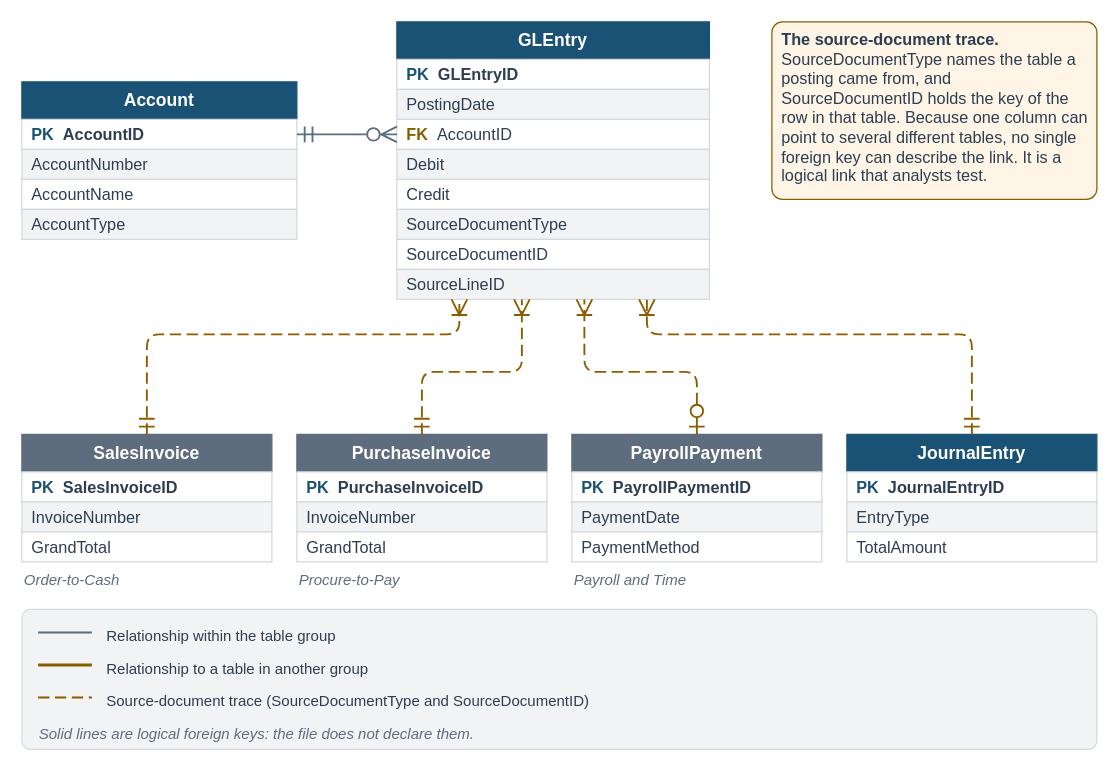
Earlier version of the draw.io diagram visuals/src/fig-03-06-gl-subledger-relationship.drawio (mmcodesso/Accounting_Analytics_Book). Source tidied: cells renumbered, new cells numbered last; positions are measured from the earlier drawing's top-left corner, leaving out a move shared by most shapes. Both pictures are drawn from the tidied source at 125%, with x=0, y=0 at pixel (21, 21).
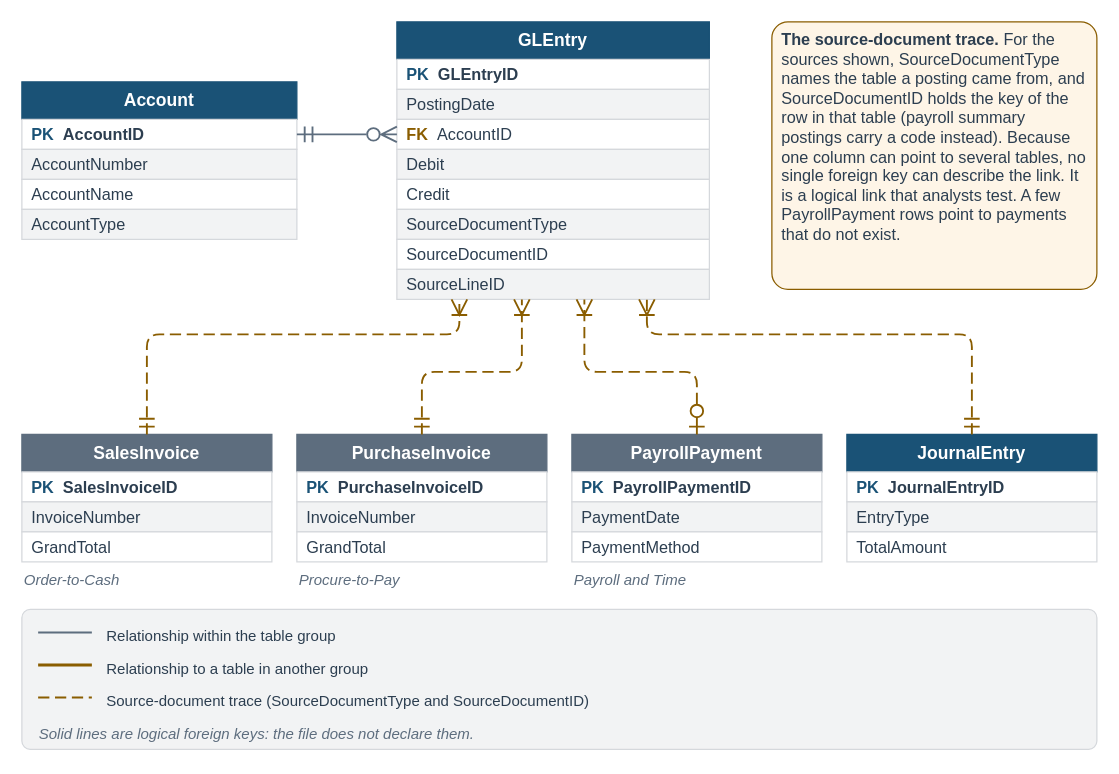
Above is the later version.

The edit, as a diff of the source:
```diff
@@
-    <mxCell id="20" value="&lt;b&gt;The source-document trace.&lt;/b&gt; SourceDocumentType names the table a posting came from, and SourceDocumentID holds the key of the row in that table. Because one column can point to several different tables, no single foreign key can describe the link. It is a logical link that analysts test." style="rounded=1;arcSize=6;whiteSpace=wrap;html=1;fillColor=#FEF5E7;strokeColor=#8A5D00;strokeWidth=1;fontColor=#2C3E50;fontSize=13;fontStyle=0;align=left;verticalAlign=top;fontFamily=Helvetica;spacingLeft=6;spacingRight=6;" parent="1" vertex="1">
-      <mxGeometry x="600" width="260" height="142" as="geometry" />
+    <mxCell id="20" value="&lt;b&gt;The source-document trace.&lt;/b&gt; For the sources shown, SourceDocumentType names the table a posting came from, and SourceDocumentID holds the key of the row in that table (payroll summary postings carry a code instead). Because one column can point to several tables, no single foreign key can describe the link. It is a logical link that analysts test. A few PayrollPayment rows point to payments that do not exist." style="rounded=1;arcSize=6;whiteSpace=wrap;html=1;fillColor=#FEF5E7;strokeColor=#8A5D00;strokeWidth=1;fontColor=#2C3E50;fontSize=13;fontStyle=0;align=left;verticalAlign=top;fontFamily=Helvetica;spacingLeft=6;spacingRight=6;" parent="1" vertex="1">
+      <mxGeometry x="600" width="260" height="214" as="geometry" />
     </mxCell>
```
